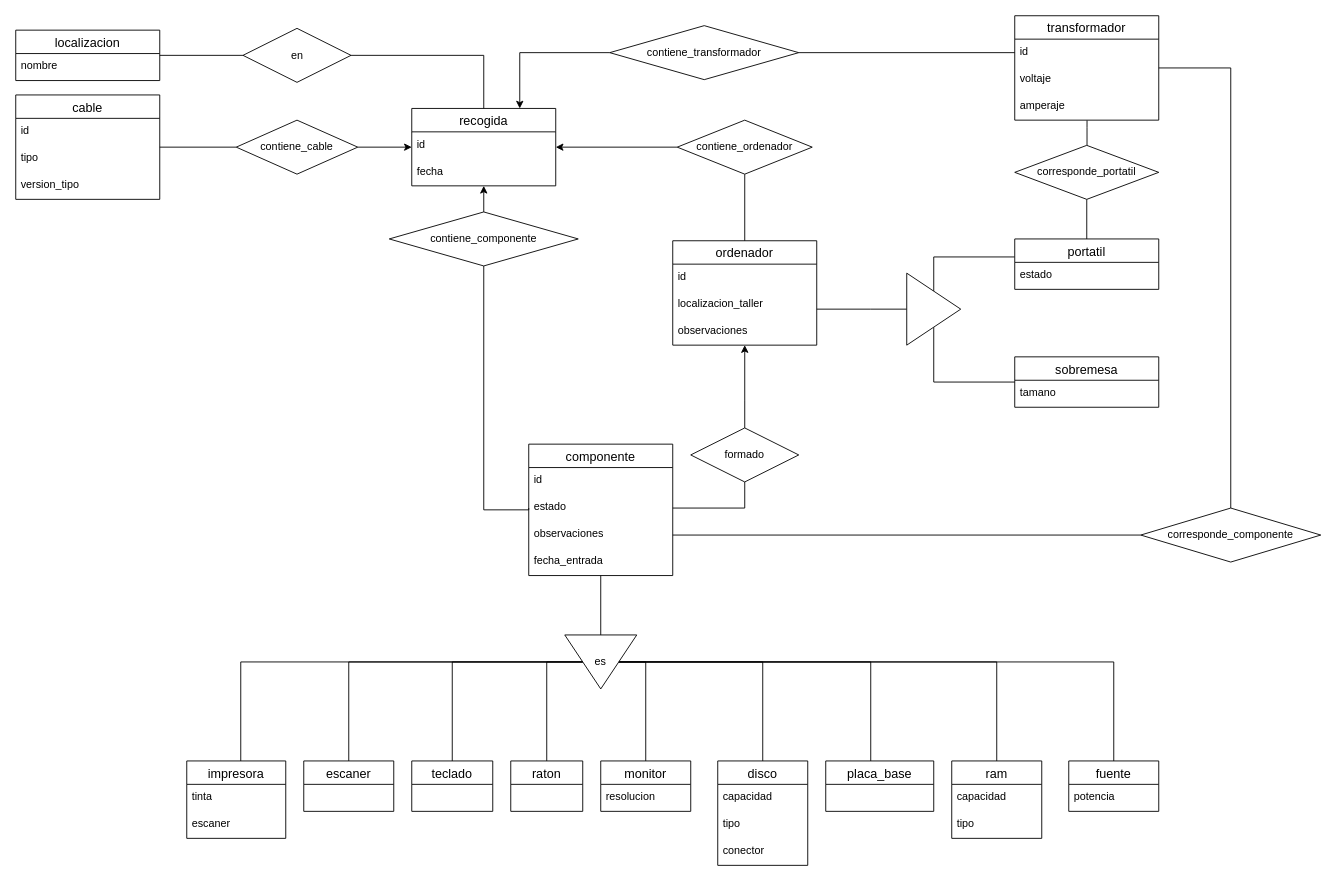
Before: db/doc/er_bd.drawio in oslugr/gestion-de-inventario, a draw.io diagram. Source tidied: cells renumbered, new cells numbered last; positions are measured from the earlier drawing's top-left corner, leaving out a move shared by most shapes. Both pictures are drawn from the tidied source at 90%, with x=0, y=0 at pixel (15, 15).
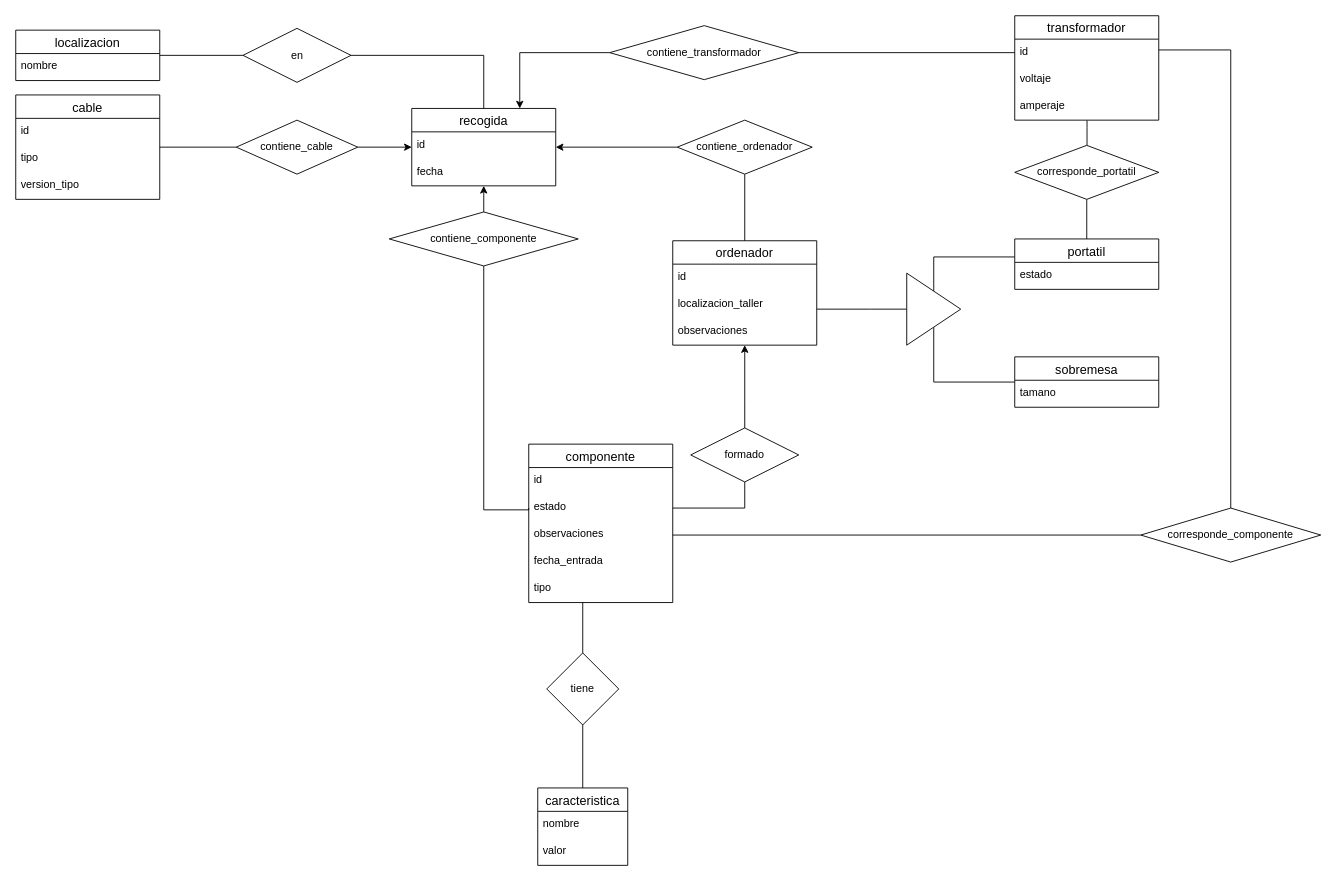
The same page after the edit.

Commit message (it also covers changes not shown here):
Actualización de los componentes en el diagrama E/R

The change refers to these unchanged cells:
```xml
<mxCell id="42" value="transformador" style="swimlane;fontStyle=0;horizontal=1;startSize=26;align=center;fontSize=14;" parent="1" vertex="1">
  <mxGeometry x="1110" width="160" height="116" as="geometry" />
</mxCell>
<mxCell id="78" value="corresponde_componente" style="shape=rhombus;perimeter=rhombusPerimeter;whiteSpace=wrap;html=1;align=center;" parent="1" vertex="1">
  <mxGeometry x="1250" y="547" width="200" height="60" as="geometry" />
</mxCell>
```

The edit, as a diff of the source:
```diff
@@
     <mxCell id="6" value="componente" style="swimlane;fontStyle=0;horizontal=1;startSize=26;align=center;fontSize=14;" parent="1" vertex="1">
-      <mxGeometry x="570" y="476" width="160" height="146" as="geometry" />
+      <mxGeometry x="570" y="476" width="160" height="176" as="geometry" />
     </mxCell>
@@
+    <mxCell id="85" value="tipo" style="text;strokeColor=none;fillColor=none;spacingLeft=4;spacingRight=4;overflow=hidden;fontSize=12;" parent="6" vertex="1">
+      <mxGeometry y="146" width="160" height="30" as="geometry" />
+    </mxCell>
@@
-    <mxCell id="14" style="edgeStyle=orthogonalEdgeStyle;rounded=0;jettySize=auto;html=1;endArrow=none;endFill=0;" parent="1" edge="1" source="21" target="6">
-      <mxGeometry relative="1" as="geometry" />
-    </mxCell>
-    <mxCell id="15" style="edgeStyle=orthogonalEdgeStyle;rounded=0;jettySize=auto;html=1;endArrow=none;endFill=0;" parent="1" edge="1" source="21" target="22">
-      <mxGeometry relative="1" as="geometry" />
-    </mxCell>
-    <mxCell id="16" style="edgeStyle=orthogonalEdgeStyle;rounded=0;jettySize=auto;html=1;entryX=0.5;entryY=0;entryDx=0;entryDy=0;endArrow=none;endFill=0;" parent="1" edge="1" source="21" target="23">
-      <mxGeometry relative="1" as="geometry">
-        <Array as="points">
-          <mxPoint x="590" y="718" />
-        </Array>
-      </mxGeometry>
-    </mxCell>
-    <mxCell id="17" style="edgeStyle=orthogonalEdgeStyle;rounded=0;jettySize=auto;html=1;endArrow=none;endFill=0;" parent="1" edge="1" source="21" target="31">
-      <mxGeometry relative="1" as="geometry">
-        <Array as="points">
-          <mxPoint x="950" y="718" />
-        </Array>
-      </mxGeometry>
-    </mxCell>
-    <mxCell id="18" style="edgeStyle=orthogonalEdgeStyle;rounded=0;jettySize=auto;html=1;endArrow=none;endFill=0;" parent="1" edge="1" source="21" target="24">
-      <mxGeometry relative="1" as="geometry" />
-    </mxCell>
-    <mxCell id="19" style="edgeStyle=orthogonalEdgeStyle;rounded=0;jettySize=auto;html=1;endArrow=none;endFill=0;" parent="1" edge="1" source="21" target="27">
-      <mxGeometry relative="1" as="geometry">
-        <Array as="points">
-          <mxPoint x="830" y="718" />
-        </Array>
-      </mxGeometry>
-    </mxCell>
-    <mxCell id="20" style="edgeStyle=orthogonalEdgeStyle;rounded=0;jettySize=auto;html=1;entryX=0.5;entryY=0;entryDx=0;entryDy=0;endArrow=none;endFill=0;" parent="1" edge="1" source="21" target="32">
-      <mxGeometry relative="1" as="geometry">
-        <Array as="points">
-          <mxPoint x="700" y="718" />
-        </Array>
-      </mxGeometry>
-    </mxCell>
-    <mxCell id="21" value="&lt;div&gt;es&lt;/div&gt;" style="triangle;whiteSpace=wrap;html=1;direction=south;" parent="1" vertex="1">
-      <mxGeometry x="610" y="688" width="80" height="60" as="geometry" />
-    </mxCell>
-    <mxCell id="22" value="teclado" style="swimlane;fontStyle=0;horizontal=1;startSize=26;align=center;fontSize=14;" parent="1" vertex="1">
-      <mxGeometry x="440" y="828" width="90" height="56" as="geometry" />
-    </mxCell>
-    <mxCell id="23" value="raton" style="swimlane;fontStyle=0;horizontal=1;startSize=26;align=center;fontSize=14;" parent="1" vertex="1">
-      <mxGeometry x="550" y="828" width="80" height="56" as="geometry" />
-    </mxCell>
-    <mxCell id="24" value="ram" style="swimlane;fontStyle=0;horizontal=1;startSize=26;align=center;fontSize=14;" parent="1" vertex="1">
-      <mxGeometry x="1040" y="828" width="100" height="86" as="geometry" />
-    </mxCell>
-    <mxCell id="25" value="capacidad" style="text;strokeColor=none;fillColor=none;spacingLeft=4;spacingRight=4;overflow=hidden;fontSize=12;" parent="24" vertex="1">
-      <mxGeometry y="26" width="100" height="30" as="geometry" />
-    </mxCell>
-    <mxCell id="26" value="tipo" style="text;strokeColor=none;fillColor=none;spacingLeft=4;spacingRight=4;overflow=hidden;fontSize=12;" parent="24" vertex="1">
-      <mxGeometry y="56" width="100" height="30" as="geometry" />
-    </mxCell>
-    <mxCell id="27" value="disco" style="swimlane;fontStyle=0;horizontal=1;startSize=26;align=center;fontSize=14;" parent="1" vertex="1">
-      <mxGeometry x="780" y="828" width="100" height="116" as="geometry" />
-    </mxCell>
-    <mxCell id="28" value="capacidad" style="text;strokeColor=none;fillColor=none;spacingLeft=4;spacingRight=4;overflow=hidden;fontSize=12;" parent="27" vertex="1">
-      <mxGeometry y="26" width="100" height="30" as="geometry" />
-    </mxCell>
-    <mxCell id="29" value="tipo" style="text;strokeColor=none;fillColor=none;spacingLeft=4;spacingRight=4;overflow=hidden;fontSize=12;" parent="27" vertex="1">
-      <mxGeometry y="56" width="100" height="30" as="geometry" />
-    </mxCell>
-    <mxCell id="30" value="conector" style="text;strokeColor=none;fillColor=none;spacingLeft=4;spacingRight=4;overflow=hidden;fontSize=12;" parent="27" vertex="1">
-      <mxGeometry y="86" width="100" height="30" as="geometry" />
-    </mxCell>
-    <mxCell id="31" value="placa_base" style="swimlane;fontStyle=0;horizontal=1;startSize=26;align=center;fontSize=14;" parent="1" vertex="1">
-      <mxGeometry x="900" y="828" width="120" height="56" as="geometry" />
-    </mxCell>
-    <mxCell id="32" value="monitor" style="swimlane;fontStyle=0;horizontal=1;startSize=26;align=center;fontSize=14;" parent="1" vertex="1">
-      <mxGeometry x="650" y="828" width="100" height="56" as="geometry" />
-    </mxCell>
-    <mxCell id="33" value="resolucion" style="text;strokeColor=none;fillColor=none;spacingLeft=4;spacingRight=4;overflow=hidden;fontSize=12;" parent="32" vertex="1">
-      <mxGeometry y="26" width="100" height="30" as="geometry" />
-    </mxCell>
@@
-    <mxCell id="46" style="edgeStyle=orthogonalEdgeStyle;rounded=0;jettySize=auto;html=1;entryX=0.5;entryY=1;entryDx=0;entryDy=0;startArrow=none;startFill=0;endArrow=none;endFill=0;" parent="1" edge="1" source="47" target="21">
-      <mxGeometry relative="1" as="geometry">
-        <Array as="points">
-          <mxPoint x="250" y="718" />
-        </Array>
-      </mxGeometry>
-    </mxCell>
-    <mxCell id="47" value="impresora" style="swimlane;fontStyle=0;horizontal=1;startSize=26;align=center;fontSize=14;" parent="1" vertex="1">
-      <mxGeometry x="190" y="828" width="110" height="86" as="geometry" />
-    </mxCell>
-    <mxCell id="48" value="tinta" style="text;strokeColor=none;fillColor=none;spacingLeft=4;spacingRight=4;overflow=hidden;fontSize=12;" parent="47" vertex="1">
-      <mxGeometry y="26" width="110" height="30" as="geometry" />
-    </mxCell>
-    <mxCell id="49" value="escaner&#10;" style="text;strokeColor=none;fillColor=none;spacingLeft=4;spacingRight=4;overflow=hidden;fontSize=12;" parent="47" vertex="1">
-      <mxGeometry y="56" width="110" height="30" as="geometry" />
-    </mxCell>
-    <mxCell id="50" style="edgeStyle=orthogonalEdgeStyle;rounded=0;jettySize=auto;html=1;startArrow=none;startFill=0;endArrow=none;endFill=0;entryX=0.5;entryY=1;entryDx=0;entryDy=0;" parent="1" edge="1" source="51" target="21">
-      <mxGeometry relative="1" as="geometry">
-        <Array as="points">
-          <mxPoint x="370" y="718" />
-        </Array>
-      </mxGeometry>
-    </mxCell>
-    <mxCell id="51" value="escaner" style="swimlane;fontStyle=0;horizontal=1;startSize=26;align=center;fontSize=14;" parent="1" vertex="1">
-      <mxGeometry x="320" y="828" width="100" height="56" as="geometry" />
-    </mxCell>
@@
     <mxCell id="77" style="edgeStyle=orthogonalEdgeStyle;rounded=0;jettySize=auto;html=1;startArrow=none;startFill=0;endArrow=none;endFill=0;" parent="1" edge="1" source="78" target="42">
       <mxGeometry relative="1" as="geometry">
         <Array as="points">
-          <mxPoint x="1350" y="58" />
+          <mxPoint x="1350" y="38" />
         </Array>
       </mxGeometry>
     </mxCell>
@@
-    <mxCell id="82" style="edgeStyle=orthogonalEdgeStyle;rounded=0;jettySize=auto;html=1;endArrow=none;endFill=0;" parent="1" edge="1" source="83" target="21">
-      <mxGeometry relative="1" as="geometry">
-        <Array as="points">
-          <mxPoint x="1220" y="718" />
-        </Array>
-      </mxGeometry>
-    </mxCell>
-    <mxCell id="83" value="fuente" style="swimlane;fontStyle=0;horizontal=1;startSize=26;align=center;fontSize=14;" parent="1" vertex="1">
-      <mxGeometry x="1170" y="828" width="100" height="56" as="geometry" />
-    </mxCell>
-    <mxCell id="84" value="potencia" style="text;strokeColor=none;fillColor=none;spacingLeft=4;spacingRight=4;overflow=hidden;fontSize=12;" parent="83" vertex="1">
-      <mxGeometry y="26" width="100" height="30" as="geometry" />
-    </mxCell>
+    <mxCell id="86" style="edgeStyle=orthogonalEdgeStyle;rounded=0;jettySize=auto;html=1;endArrow=none;endFill=0;" parent="1" edge="1" source="87" target="6">
+      <mxGeometry relative="1" as="geometry">
+        <Array as="points">
+          <mxPoint x="630" y="678" />
+          <mxPoint x="630" y="678" />
+        </Array>
+      </mxGeometry>
+    </mxCell>
+    <mxCell id="87" value="tiene" style="rhombus;whiteSpace=wrap;html=1;" parent="1" vertex="1">
+      <mxGeometry x="590" y="708" width="80" height="80" as="geometry" />
+    </mxCell>
+    <mxCell id="88" style="edgeStyle=orthogonalEdgeStyle;rounded=0;jettySize=auto;html=1;endArrow=none;endFill=0;" parent="1" edge="1" source="89" target="87">
+      <mxGeometry relative="1" as="geometry" />
+    </mxCell>
+    <mxCell id="89" value="caracteristica" style="swimlane;fontStyle=0;horizontal=1;startSize=26;align=center;fontSize=14;" parent="1" vertex="1">
+      <mxGeometry x="580" y="858" width="100" height="86" as="geometry" />
+    </mxCell>
+    <mxCell id="90" value="nombre" style="text;strokeColor=none;fillColor=none;spacingLeft=4;spacingRight=4;overflow=hidden;fontSize=12;" parent="89" vertex="1">
+      <mxGeometry y="26" width="100" height="30" as="geometry" />
+    </mxCell>
+    <mxCell id="91" value="valor" style="text;strokeColor=none;fillColor=none;spacingLeft=4;spacingRight=4;overflow=hidden;fontSize=12;" parent="89" vertex="1">
+      <mxGeometry y="56" width="100" height="30" as="geometry" />
+    </mxCell>
```
